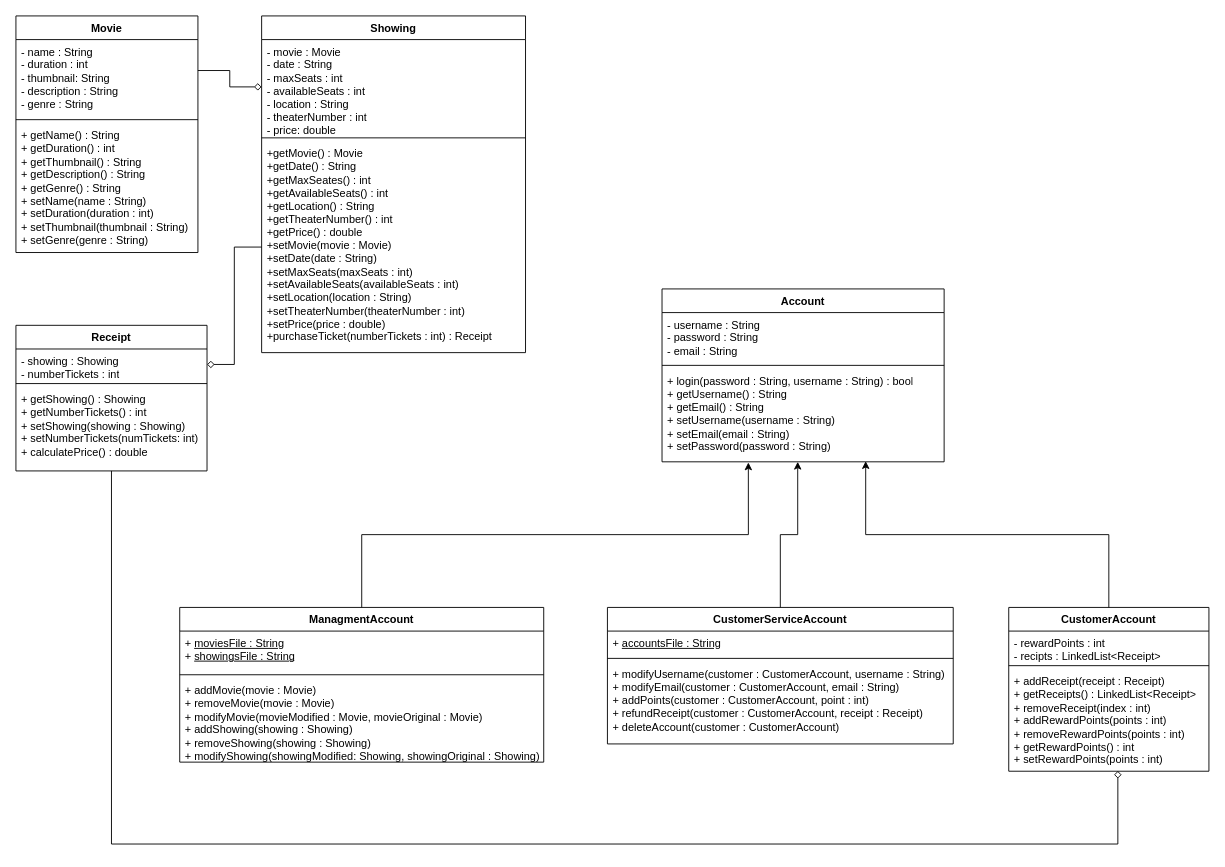
The draw.io diagram UML Diagram.drawio in jfallz/MTTS, before the edit. Source tidied: cells renumbered, new cells numbered last; positions are measured from the earlier drawing's top-left corner, leaving out a move shared by most shapes. Both pictures are drawn from the tidied source at 91%, with x=0, y=0 at pixel (15, 15).
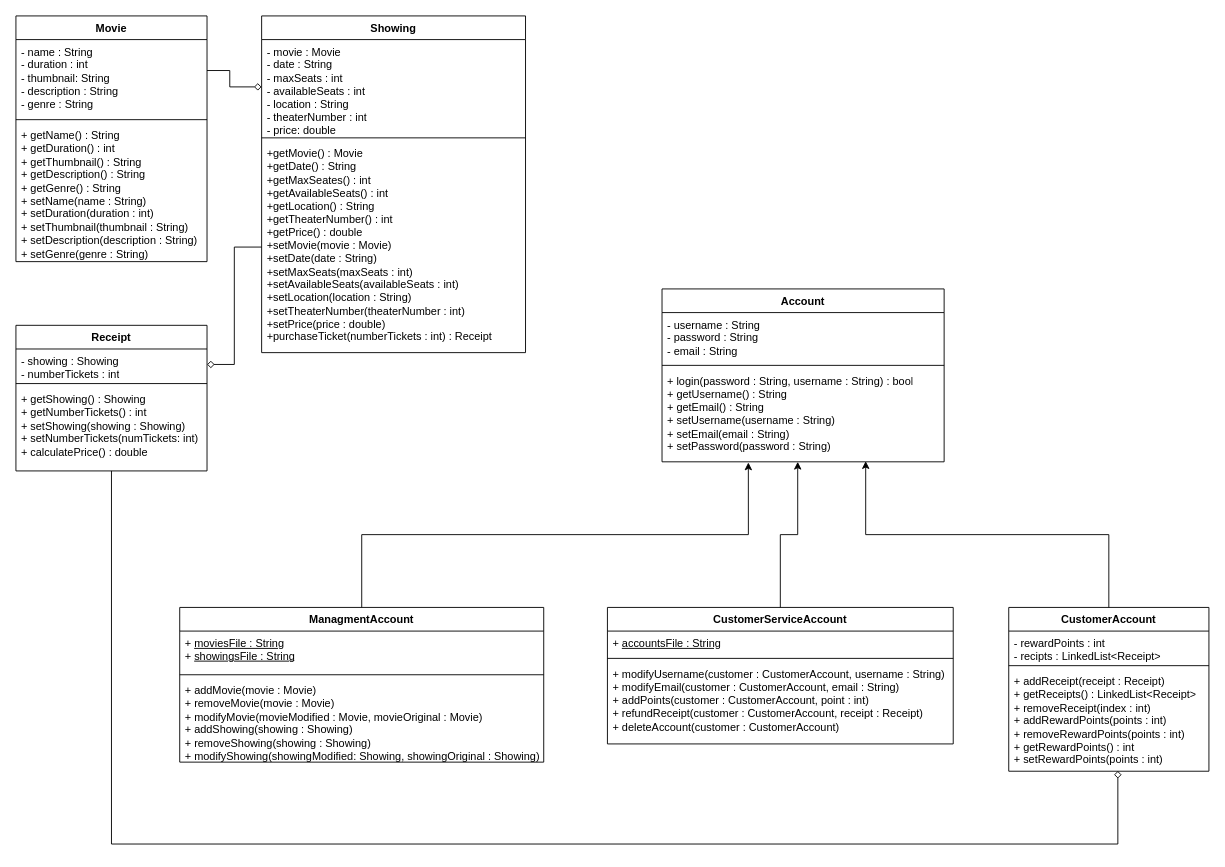
The same page after the edit.

Commit message (it also covers changes not shown here):
added setDescription method to UML

The edit, as a diff of the source:
```diff
@@
     <mxCell id="14" value="Movie" style="swimlane;fontStyle=1;align=center;verticalAlign=top;horizontal=1;startSize=26;whiteSpace=wrap;html=1;" parent="1" vertex="1">
-      <mxGeometry width="200" height="260" as="geometry" />
+      <mxGeometry width="210" height="270" as="geometry" />
     </mxCell>
     <mxCell id="15" value="- name : String&lt;div&gt;- duration : int&lt;/div&gt;&lt;div&gt;- thumbnail: String&lt;/div&gt;&lt;div&gt;- description : String&lt;/div&gt;&lt;div&gt;- genre : String&lt;/div&gt;&lt;div&gt;&lt;br&gt;&lt;/div&gt;&lt;div&gt;&lt;br&gt;&lt;/div&gt;" style="text;strokeColor=none;fillColor=none;align=left;verticalAlign=top;spacingLeft=4;spacingRight=4;overflow=hidden;points=[[0,0.5],[1,0.5]];portConstraint=eastwest;whiteSpace=wrap;html=1;" parent="14" vertex="1">
-      <mxGeometry y="26" width="200" height="84" as="geometry" />
+      <mxGeometry y="26" width="210" height="84" as="geometry" />
     </mxCell>
     <mxCell id="16" style="line;strokeWidth=1;fillColor=none;align=left;verticalAlign=middle;spacingTop=-1;spacingLeft=3;spacingRight=3;labelPosition=right;strokeColor=inherit;" parent="14" vertex="1">
-      <mxGeometry y="110" width="200" height="8" as="geometry" />
+      <mxGeometry y="110" width="210" height="8" as="geometry" />
     </mxCell>
-    <mxCell id="17" value="+ getName() : String&lt;div&gt;+ getDuration() : int&lt;/div&gt;&lt;div&gt;+ getThumbnail() : String&lt;/div&gt;&lt;div&gt;+ getDescription() : String&lt;/div&gt;&lt;div&gt;+ getGenre() : String&lt;/div&gt;&lt;div&gt;+ setName(name : String)&lt;/div&gt;&lt;div&gt;+ setDuration(duration : int)&lt;/div&gt;&lt;div&gt;+ setThumbnail(thumbnail : String)&lt;/div&gt;&lt;div&gt;+ setGenre(genre : String)&lt;/div&gt;" style="text;strokeColor=none;fillColor=none;align=left;verticalAlign=top;spacingLeft=4;spacingRight=4;overflow=hidden;whiteSpace=wrap;html=1;" parent="14" vertex="1">
-      <mxGeometry y="118" width="200" height="142" as="geometry" />
+    <mxCell id="17" value="+ getName() : String&lt;div&gt;+ getDuration() : int&lt;/div&gt;&lt;div&gt;+ getThumbnail() : String&lt;/div&gt;&lt;div&gt;+ getDescription() : String&lt;/div&gt;&lt;div&gt;+ getGenre() : String&lt;/div&gt;&lt;div&gt;+ setName(name : String)&lt;/div&gt;&lt;div&gt;+ setDuration(duration : int)&lt;/div&gt;&lt;div&gt;+ setThumbnail(thumbnail : String)&lt;/div&gt;&lt;div&gt;+ setDescription(description : String)&lt;/div&gt;&lt;div&gt;+ setGenre(genre : String)&lt;/div&gt;" style="text;strokeColor=none;fillColor=none;align=left;verticalAlign=top;spacingLeft=4;spacingRight=4;overflow=hidden;whiteSpace=wrap;html=1;" parent="14" vertex="1">
+      <mxGeometry y="118" width="210" height="152" as="geometry" />
     </mxCell>
```
